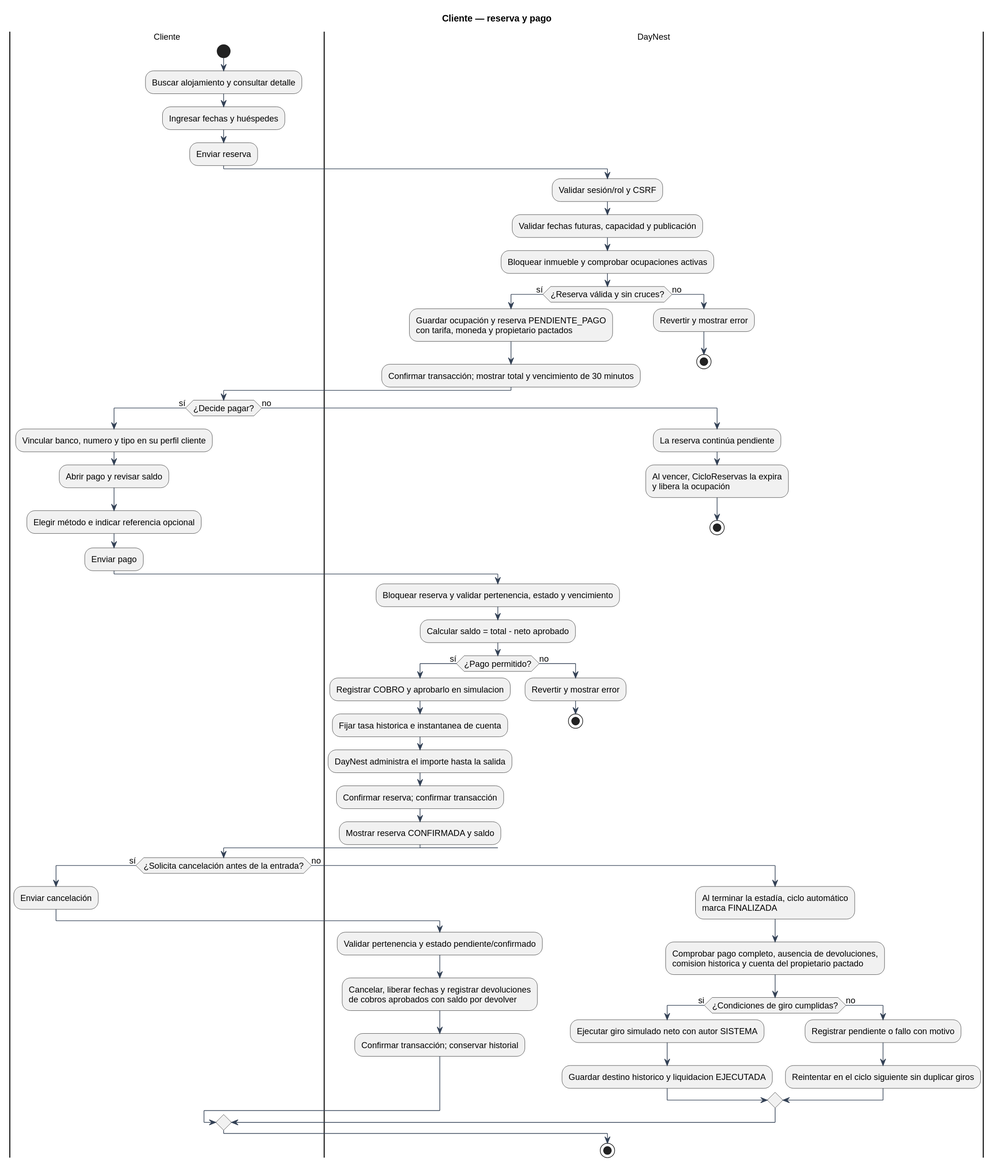
Earlier version of the PlantUML export docs/diagramas/13_actividad_reserva_pago.svg (Davidjp11p07/DayNest).
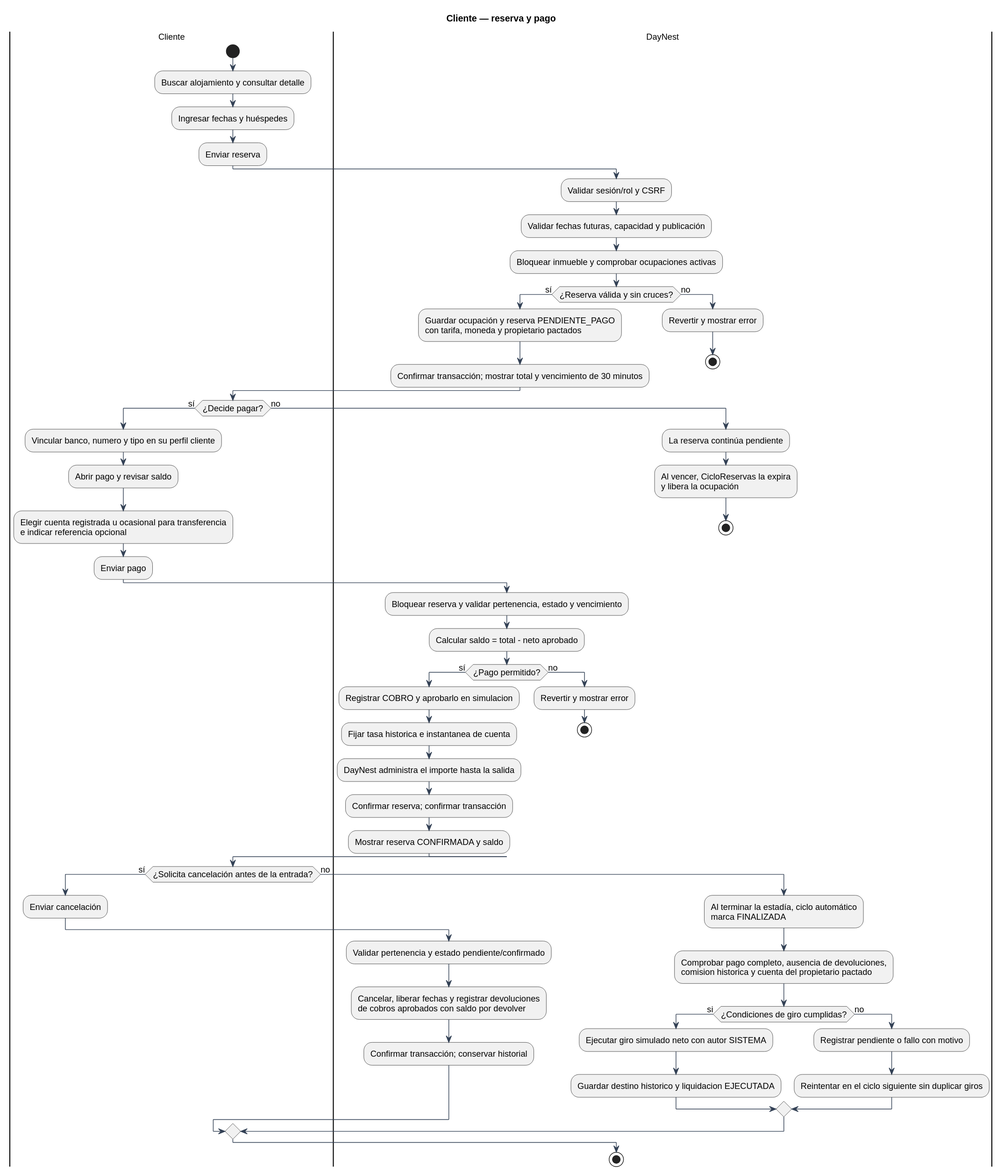
The same file after the commit.

The edit, as a diff of the source:
```diff
@@ -1,5 +1,4 @@
 @startuml
-skinparamlocked metana null
 !include estilo.iuml
 title Cliente — reserva y pago
 |Cliente|
@@ -23,7 +22,7 @@
 if (¿Decide pagar?) then (sí)
   :Vincular banco, numero y tipo en su perfil cliente;
 :Abrir pago y revisar saldo;
-  :Elegir método e indicar referencia opcional;
+  :Elegir cuenta registrada u ocasional para transferencia\ne indicar referencia opcional;
   :Enviar pago;
   |DayNest|
   :Bloquear reserva y validar pertenencia, estado y vencimiento;
```
